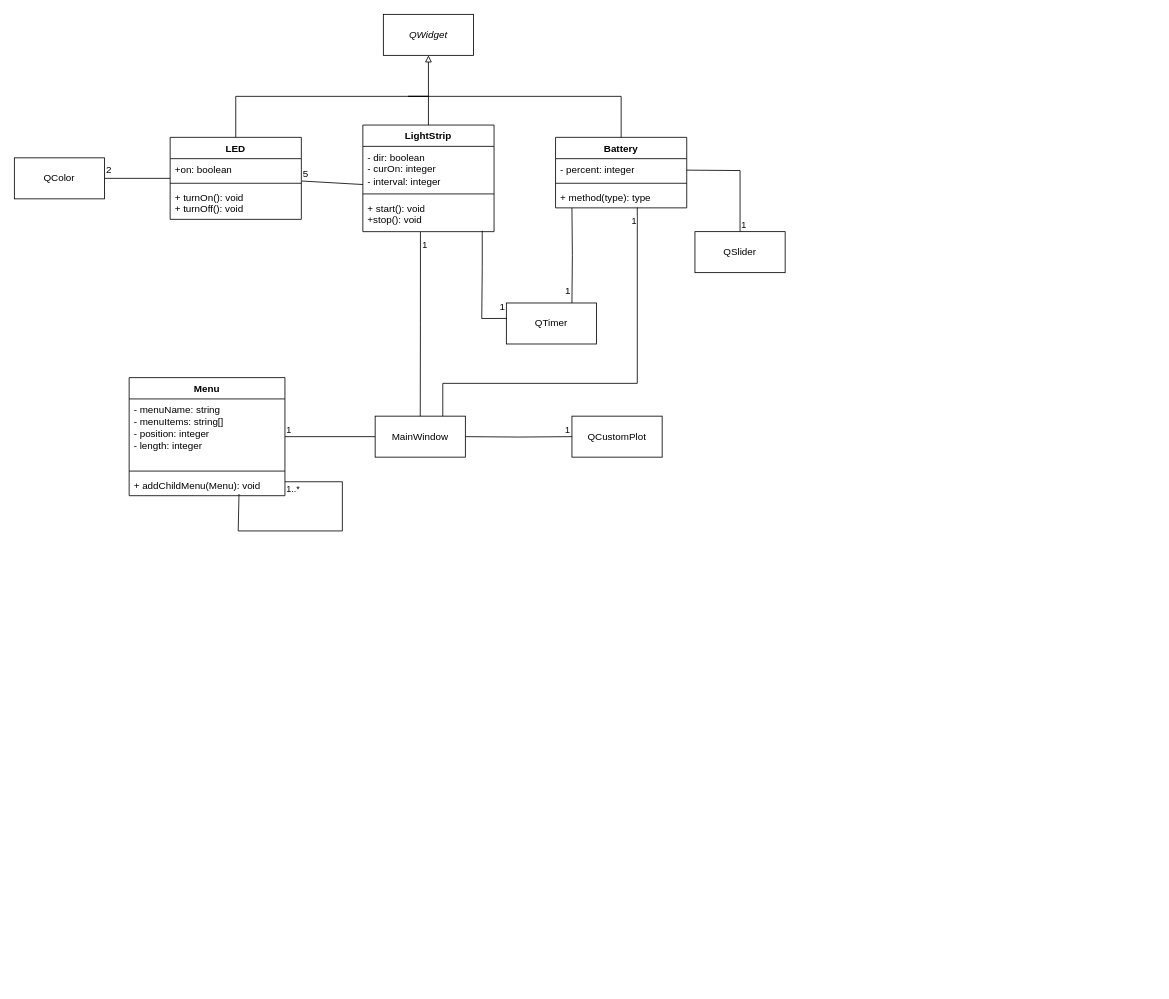
Before: Diagrams/Class Diagram.drawio in Nguyen-HanhNong/3004TermProject, a draw.io diagram. Source tidied: cells renumbered, new cells numbered last; positions are measured from the earlier drawing's top-left corner, leaving out a move shared by most shapes. Both pictures are drawn from the tidied source at 82%, with x=0, y=0 at pixel (14, 14).
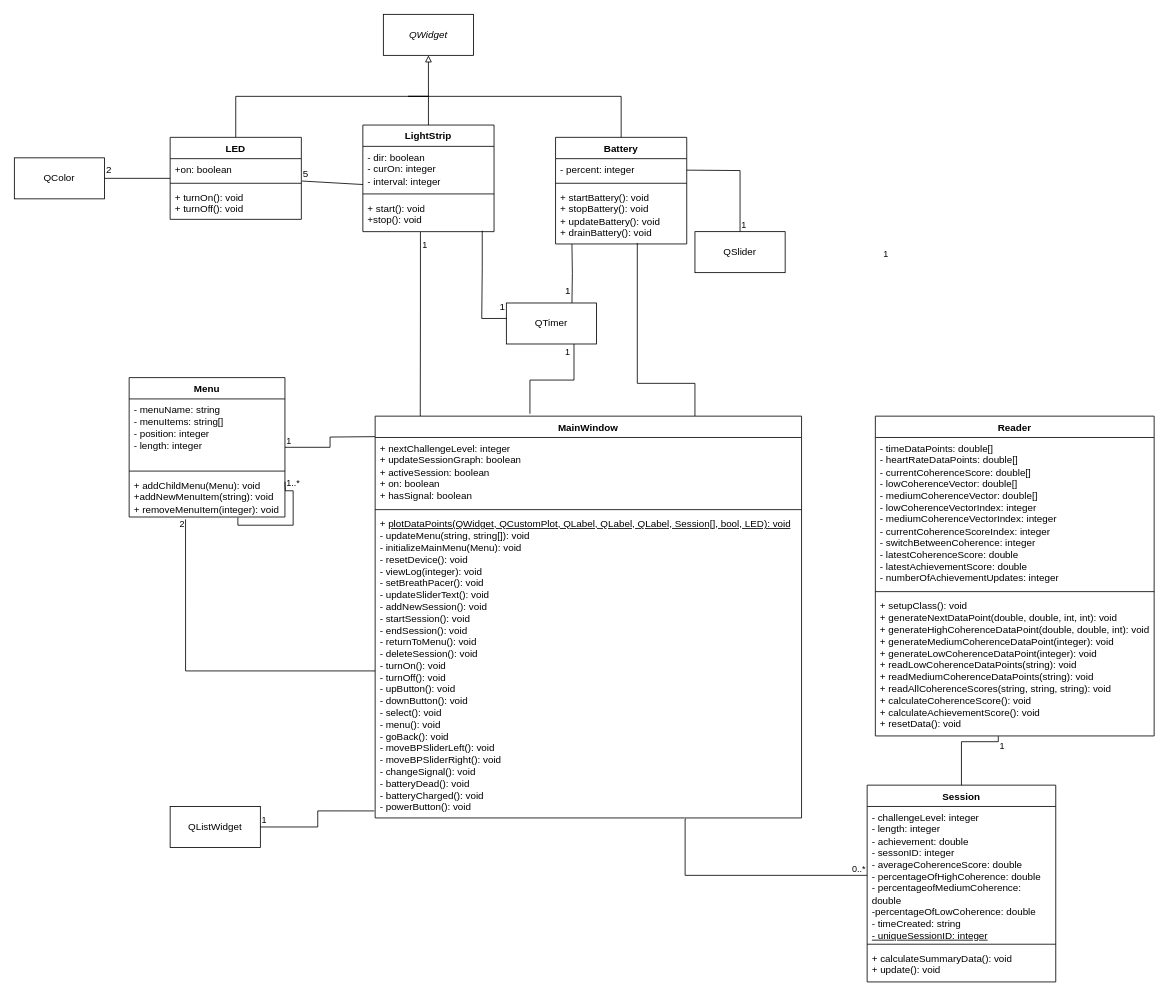
After the change.

Commit message (it also covers changes not shown here):
Class Diagram

Added MainWindow, Reader, Session to class diagram

Unchanged cells that the change refers to:
```xml
<mxCell id="7" value="+ start(): void&lt;br&gt;+stop(): void" style="text;strokeColor=none;fillColor=none;align=left;verticalAlign=top;spacingLeft=4;spacingRight=4;overflow=hidden;points=[[0,0.5],[1,0.5]];portConstraint=eastwest;whiteSpace=wrap;html=1;" parent="4" vertex="1">
  <mxGeometry y="88" width="160" height="42" as="geometry" />
</mxCell>
<mxCell id="32" value="QTimer" style="html=1;whiteSpace=wrap;" parent="31" vertex="1">
  <mxGeometry y="30" width="110" height="50" as="geometry" />
</mxCell>
```

Diff of the diagram source:
```diff
@@
     <mxCell id="23" value="Battery" style="swimlane;fontStyle=1;align=center;verticalAlign=top;horizontal=1;startSize=26;whiteSpace=wrap;html=1;" parent="1" vertex="1">
-      <mxGeometry x="660" y="150" width="160" height="86" as="geometry" />
+      <mxGeometry x="660" y="150" width="160" height="130" as="geometry" />
     </mxCell>
@@
-    <mxCell id="26" value="+ method(type): type" style="text;strokeColor=none;fillColor=none;align=left;verticalAlign=top;spacingLeft=4;spacingRight=4;overflow=hidden;points=[[0,0.5],[1,0.5]];portConstraint=eastwest;whiteSpace=wrap;html=1;" parent="23" vertex="1">
-      <mxGeometry y="60" width="160" height="26" as="geometry" />
+    <mxCell id="26" value="+ startBattery(): void&lt;br&gt;+ stopBattery(): void&lt;br&gt;+ updateBattery(): void&lt;br&gt;+ drainBattery(): void" style="text;strokeColor=none;fillColor=none;align=left;verticalAlign=top;spacingLeft=4;spacingRight=4;overflow=hidden;points=[[0,0.5],[1,0.5]];portConstraint=eastwest;whiteSpace=wrap;html=1;" parent="23" vertex="1">
+      <mxGeometry y="60" width="160" height="70" as="geometry" />
     </mxCell>
@@
-    <mxCell id="36" value="MainWindow" style="html=1;whiteSpace=wrap;" parent="1" vertex="1">
-      <mxGeometry x="440" y="490" width="110" height="50" as="geometry" />
-    </mxCell>
-    <mxCell id="37" style="endArrow=none;endFill=0;html=1;edgeStyle=orthogonalEdgeStyle;align=left;verticalAlign=top;rounded=0;exitX=0.439;exitY=1.012;exitDx=0;exitDy=0;exitPerimeter=0;" parent="1" edge="1" source="7" target="36">
-      <mxGeometry relative="1" as="geometry" />
+    <mxCell id="37" style="endArrow=none;endFill=0;html=1;edgeStyle=orthogonalEdgeStyle;align=left;verticalAlign=top;rounded=0;exitX=0.439;exitY=1.012;exitDx=0;exitDy=0;exitPerimeter=0;" parent="1" edge="1" source="7">
+      <mxGeometry relative="1" as="geometry">
+        <mxPoint x="495" y="490" as="targetPoint" />
+      </mxGeometry>
     </mxCell>
@@
     <mxCell id="39" style="endArrow=none;endFill=0;html=1;edgeStyle=orthogonalEdgeStyle;align=left;verticalAlign=top;rounded=0;exitX=0.75;exitY=0;exitDx=0;exitDy=0;entryX=0.623;entryY=0.985;entryDx=0;entryDy=0;entryPerimeter=0;" parent="1" edge="1" source="36" target="26">
       <mxGeometry relative="1" as="geometry">
         <Array as="points">
-          <mxPoint x="522" y="450" />
+          <mxPoint x="830" y="450" />
           <mxPoint x="760" y="450" />
         </Array>
       </mxGeometry>
     </mxCell>
     <mxCell id="40" value="1" style="edgeLabel;html=1;align=left;verticalAlign=bottom;" parent="39" vertex="1">
       <mxGeometry x="-1" relative="1" as="geometry">
-        <mxPoint x="228" y="-230" as="offset" />
+        <mxPoint x="228" y="-190" as="offset" />
       </mxGeometry>
     </mxCell>
@@
-    <mxCell id="44" value="QCustomPlot" style="html=1;whiteSpace=wrap;" parent="1" vertex="1">
-      <mxGeometry x="680" y="490" width="110" height="50" as="geometry" />
-    </mxCell>
-    <mxCell id="45" style="endArrow=none;endFill=0;html=1;edgeStyle=orthogonalEdgeStyle;align=left;verticalAlign=top;rounded=0;entryX=0;entryY=0.5;entryDx=0;entryDy=0;" parent="1" edge="1" target="44">
-      <mxGeometry x="-1" relative="1" as="geometry">
-        <mxPoint x="550" y="515" as="sourcePoint" />
-      </mxGeometry>
-    </mxCell>
-    <mxCell id="46" value="1" style="edgeLabel;html=1;align=left;verticalAlign=bottom;" parent="45" vertex="1">
-      <mxGeometry x="-1" relative="1" as="geometry">
-        <mxPoint x="120" as="offset" />
-      </mxGeometry>
-    </mxCell>
     <mxCell id="47" value="Menu" style="swimlane;fontStyle=1;align=center;verticalAlign=top;horizontal=1;startSize=26;whiteSpace=wrap;html=1;" parent="1" vertex="1">
-      <mxGeometry x="140" y="443" width="190" height="144" as="geometry" />
+      <mxGeometry x="140" y="443" width="190" height="170" as="geometry" />
     </mxCell>
@@
-    <mxCell id="50" value="+ addChildMenu(Menu): void" style="text;strokeColor=none;fillColor=none;align=left;verticalAlign=top;spacingLeft=4;spacingRight=4;overflow=hidden;points=[[0,0.5],[1,0.5]];portConstraint=eastwest;whiteSpace=wrap;html=1;" parent="47" vertex="1">
-      <mxGeometry y="118" width="190" height="26" as="geometry" />
+    <mxCell id="50" value="+ addChildMenu(Menu): void&lt;br&gt;+addNewMenuItem(string): void&lt;br&gt;+ removeMenuItem(integer): void" style="text;strokeColor=none;fillColor=none;align=left;verticalAlign=top;spacingLeft=4;spacingRight=4;overflow=hidden;points=[[0,0.5],[1,0.5]];portConstraint=eastwest;whiteSpace=wrap;html=1;" parent="47" vertex="1">
+      <mxGeometry y="118" width="190" height="52" as="geometry" />
     </mxCell>
-    <mxCell id="51" style="endArrow=none;endFill=0;html=1;edgeStyle=orthogonalEdgeStyle;align=left;verticalAlign=top;rounded=0;exitX=1;exitY=0.5;exitDx=0;exitDy=0;entryX=0;entryY=0.5;entryDx=0;entryDy=0;" parent="1" edge="1" source="47" target="36">
-      <mxGeometry x="-1" relative="1" as="geometry" />
+    <mxCell id="51" style="endArrow=none;endFill=0;html=1;edgeStyle=orthogonalEdgeStyle;align=left;verticalAlign=top;rounded=0;exitX=1;exitY=0.5;exitDx=0;exitDy=0;entryX=0;entryY=0.5;entryDx=0;entryDy=0;" parent="1" edge="1" source="47">
+      <mxGeometry x="-1" relative="1" as="geometry">
+        <mxPoint x="440" y="515" as="targetPoint" />
+      </mxGeometry>
     </mxCell>
@@
-    <mxCell id="53" style="endArrow=none;endFill=0;html=1;edgeStyle=orthogonalEdgeStyle;align=left;verticalAlign=top;rounded=0;entryX=0.705;entryY=0.923;entryDx=0;entryDy=0;entryPerimeter=0;" parent="1" edge="1" target="50">
-      <mxGeometry x="-1" relative="1" as="geometry">
+    <mxCell id="53" style="endArrow=none;endFill=0;html=1;edgeStyle=orthogonalEdgeStyle;align=left;verticalAlign=top;rounded=0;entryX=0.698;entryY=1.012;entryDx=0;entryDy=0;entryPerimeter=0;" parent="1" edge="1" target="50">
+      <mxGeometry relative="1" as="geometry">
         <mxPoint x="330" y="570" as="sourcePoint" />
-        <Array as="points">
-          <mxPoint x="400" y="570" />
-          <mxPoint x="400" y="630" />
-          <mxPoint x="273" y="630" />
-          <mxPoint x="273" y="585" />
-        </Array>
       </mxGeometry>
     </mxCell>
     <mxCell id="54" value="1..*" style="edgeLabel;html=1;align=left;verticalAlign=bottom;" parent="53" vertex="1">
       <mxGeometry x="-1" relative="1" as="geometry">
-        <mxPoint y="17" as="offset" />
+        <mxPoint y="10" as="offset" />
       </mxGeometry>
     </mxCell>
+    <mxCell id="55" value="Session" style="swimlane;fontStyle=1;align=center;verticalAlign=top;horizontal=1;startSize=26;whiteSpace=wrap;html=1;" parent="1" vertex="1">
+      <mxGeometry x="1040" y="940" width="230" height="240" as="geometry" />
+    </mxCell>
+    <mxCell id="56" value="- challengeLevel: integer&lt;br&gt;- length: integer&lt;br&gt;- achievement: double&lt;br&gt;- sessonID: integer&lt;br&gt;- averageCoherenceScore: double&lt;br&gt;- percentageOfHighCoherence: double&lt;br&gt;- percentageofMediumCoherence: double&lt;br&gt;-percentageOfLowCoherence: double&lt;br&gt;- timeCreated: string&lt;br&gt;&lt;u&gt;-&amp;nbsp;uniqueSessionID: integer&lt;/u&gt;" style="text;strokeColor=none;fillColor=none;align=left;verticalAlign=top;spacingLeft=4;spacingRight=4;overflow=hidden;whiteSpace=wrap;html=1;" parent="55" vertex="1">
+      <mxGeometry y="26" width="230" height="164" as="geometry" />
+    </mxCell>
+    <mxCell id="57" style="line;strokeWidth=1;fillColor=none;align=left;verticalAlign=middle;spacingTop=-1;spacingLeft=3;spacingRight=3;labelPosition=right;strokeColor=inherit;" parent="55" vertex="1">
+      <mxGeometry y="190" width="230" height="8" as="geometry" />
+    </mxCell>
+    <mxCell id="58" value="+ calculateSummaryData(): void&lt;br&gt;+ update(): void" style="text;strokeColor=none;fillColor=none;align=left;verticalAlign=top;spacingLeft=4;spacingRight=4;overflow=hidden;whiteSpace=wrap;html=1;" parent="55" vertex="1">
+      <mxGeometry y="198" width="230" height="42" as="geometry" />
+    </mxCell>
+    <mxCell id="59" value="Reader" style="swimlane;fontStyle=1;align=center;verticalAlign=top;horizontal=1;startSize=26;whiteSpace=wrap;html=1;" parent="1" vertex="1">
+      <mxGeometry x="1050" y="490" width="340" height="390" as="geometry" />
+    </mxCell>
+    <mxCell id="60" value="- timeDataPoints: double[]&lt;br&gt;- heartRateDataPoints: double[]&lt;br&gt;- currentCoherenceScore: double[]&lt;br&gt;- lowCoherenceVector: double[]&lt;br&gt;- mediumCoherenceVector: double[]&lt;br&gt;- lowCoherenceVectorIndex: integer&lt;br&gt;- mediumCoherenceVectorIndex: integer&lt;br&gt;- currentCoherenceScoreIndex: integer&lt;br&gt;- switchBetweenCoherence: integer&lt;br&gt;- latestCoherenceScore: double&lt;br&gt;- latestAchievementScore: double&lt;br&gt;- numberOfAchievementUpdates: integer&lt;br&gt;" style="text;strokeColor=none;fillColor=none;align=left;verticalAlign=top;spacingLeft=4;spacingRight=4;overflow=hidden;whiteSpace=wrap;html=1;" parent="59" vertex="1">
+      <mxGeometry y="26" width="340" height="184" as="geometry" />
+    </mxCell>
+    <mxCell id="61" style="line;strokeWidth=1;fillColor=none;align=left;verticalAlign=middle;spacingTop=-1;spacingLeft=3;spacingRight=3;labelPosition=right;strokeColor=inherit;" parent="59" vertex="1">
+      <mxGeometry y="210" width="340" height="8" as="geometry" />
+    </mxCell>
+    <mxCell id="62" value="+ setupClass(): void&lt;br&gt;+ generateNextDataPoint(double, double, int, int): void&lt;br&gt;+ generateHighCoherenceDataPoint(double, double, int): void&lt;br&gt;+ generateMediumCoherenceDataPoint(integer): void&lt;br&gt;+ generateLowCoherenceDataPoint(integer): void&lt;br&gt;+ readLowCoherenceDataPoints(string): void&lt;br&gt;+ readMediumCoherenceDataPoints(string): void&lt;br&gt;+ readAllCoherenceScores(string, string, string): void&lt;br&gt;+ calculateCoherenceScore(): void&lt;br&gt;+ calculateAchievementScore(): void&lt;br&gt;+ resetData(): void" style="text;strokeColor=none;fillColor=none;align=left;verticalAlign=top;spacingLeft=4;spacingRight=4;overflow=hidden;points=[[0,0.5],[1,0.5]];portConstraint=eastwest;whiteSpace=wrap;html=1;" parent="59" vertex="1">
+      <mxGeometry y="218" width="340" height="172" as="geometry" />
+    </mxCell>
+    <mxCell id="63" style="endArrow=none;endFill=0;html=1;edgeStyle=orthogonalEdgeStyle;align=left;verticalAlign=top;rounded=0;entryX=0.441;entryY=1.002;entryDx=0;entryDy=0;entryPerimeter=0;exitX=0.5;exitY=0;exitDx=0;exitDy=0;" parent="1" edge="1" source="55" target="62">
+      <mxGeometry x="-1" relative="1" as="geometry">
+        <Array as="points">
+          <mxPoint x="1155" y="887" />
+          <mxPoint x="1200" y="887" />
+          <mxPoint x="1200" y="880" />
+        </Array>
+      </mxGeometry>
+    </mxCell>
+    <mxCell id="64" value="1" style="edgeLabel;html=1;align=left;verticalAlign=bottom;" parent="63" vertex="1">
+      <mxGeometry x="-1" relative="1" as="geometry">
+        <mxPoint x="45" y="-40" as="offset" />
+      </mxGeometry>
+    </mxCell>
+    <mxCell id="36" value="MainWindow" style="swimlane;fontStyle=1;align=center;verticalAlign=top;horizontal=1;startSize=26;whiteSpace=wrap;html=1;" parent="1" vertex="1">
+      <mxGeometry x="440" y="490" width="520" height="490" as="geometry" />
+    </mxCell>
+    <mxCell id="65" value="+ nextChallengeLevel: integer&lt;br&gt;+ updateSessionGraph: boolean&lt;br&gt;+ activeSession: boolean&lt;br&gt;+ on: boolean&lt;br&gt;+ hasSignal: boolean" style="text;strokeColor=none;fillColor=none;align=left;verticalAlign=top;spacingLeft=4;spacingRight=4;overflow=hidden;whiteSpace=wrap;html=1;" parent="36" vertex="1">
+      <mxGeometry y="26" width="520" height="84" as="geometry" />
+    </mxCell>
+    <mxCell id="66" style="line;strokeWidth=1;fillColor=none;align=left;verticalAlign=middle;spacingTop=-1;spacingLeft=3;spacingRight=3;labelPosition=right;strokeColor=inherit;" parent="36" vertex="1">
+      <mxGeometry y="110" width="520" height="8" as="geometry" />
+    </mxCell>
+    <mxCell id="67" value="+ &lt;u&gt;plotDataPoints(QWidget, QCustomPlot, QLabel, QLabel, QLabel, Session[], bool, LED): void&lt;/u&gt;&lt;br&gt;- updateMenu(string, string[]): void&lt;br&gt;- initializeMainMenu(Menu): void&lt;br&gt;- resetDevice(): void&lt;br&gt;- viewLog(integer): void&lt;br&gt;- setBreathPacer(): void&lt;br&gt;- updateSliderText(): void&lt;br&gt;- addNewSession(): void&lt;br&gt;- startSession(): void&lt;br&gt;- endSession(): void&lt;br&gt;- returnToMenu(): void&lt;br&gt;- deleteSession(): void&lt;br&gt;- turnOn(): void&lt;br&gt;- turnOff(): void&lt;br&gt;- upButton(): void&lt;br&gt;- downButton(): void&lt;br&gt;- select(): void&lt;br&gt;- menu(): void&lt;br&gt;- goBack(): void&lt;br&gt;- moveBPSliderLeft(): void&lt;br&gt;- moveBPSliderRight(): void&lt;br&gt;- changeSignal(): void&lt;br&gt;- batteryDead(): void&lt;br&gt;- batteryCharged(): void&lt;br&gt;- powerButton(): void&lt;br&gt;" style="text;strokeColor=none;fillColor=none;align=left;verticalAlign=top;spacingLeft=4;spacingRight=4;overflow=hidden;points=[[0,0.5],[1,0.5]];portConstraint=eastwest;whiteSpace=wrap;html=1;" parent="36" vertex="1">
+      <mxGeometry y="118" width="520" height="372" as="geometry" />
+    </mxCell>
+    <mxCell id="68" style="endArrow=none;endFill=0;html=1;edgeStyle=orthogonalEdgeStyle;align=left;verticalAlign=top;rounded=0;exitX=0.363;exitY=-0.006;exitDx=0;exitDy=0;exitPerimeter=0;entryX=0.75;entryY=1;entryDx=0;entryDy=0;" parent="1" edge="1" source="36" target="32">
+      <mxGeometry x="-1" relative="1" as="geometry" />
+    </mxCell>
+    <mxCell id="69" value="1" style="edgeLabel;html=1;align=left;verticalAlign=bottom;" parent="68" vertex="1">
+      <mxGeometry x="-1" relative="1" as="geometry">
+        <mxPoint x="41" y="-67" as="offset" />
+      </mxGeometry>
+    </mxCell>
+    <mxCell id="70" style="endArrow=none;endFill=0;html=1;edgeStyle=orthogonalEdgeStyle;align=left;verticalAlign=top;rounded=0;exitX=0.729;exitY=1.004;exitDx=0;exitDy=0;exitPerimeter=0;" parent="1" edge="1" source="67">
+      <mxGeometry x="-1" relative="1" as="geometry">
+        <mxPoint x="1040" y="1050" as="targetPoint" />
+        <Array as="points">
+          <mxPoint x="818" y="982" />
+          <mxPoint x="818" y="1050" />
+        </Array>
+      </mxGeometry>
+    </mxCell>
+    <mxCell id="71" value="0..*" style="edgeLabel;html=1;align=left;verticalAlign=bottom;" parent="70" vertex="1">
+      <mxGeometry x="-1" relative="1" as="geometry">
+        <mxPoint x="201" y="69" as="offset" />
+      </mxGeometry>
+    </mxCell>
+    <mxCell id="72" style="endArrow=none;endFill=0;html=1;edgeStyle=orthogonalEdgeStyle;align=left;verticalAlign=top;rounded=0;entryX=0;entryY=0.518;entryDx=0;entryDy=0;entryPerimeter=0;exitX=0.362;exitY=1.056;exitDx=0;exitDy=0;exitPerimeter=0;" parent="1" edge="1" source="50" target="67">
+      <mxGeometry x="-1" relative="1" as="geometry">
+        <Array as="points">
+          <mxPoint x="209" y="801" />
+        </Array>
+      </mxGeometry>
+    </mxCell>
+    <mxCell id="73" value="2" style="edgeLabel;html=1;align=left;verticalAlign=bottom;" parent="72" vertex="1">
+      <mxGeometry x="-1" relative="1" as="geometry">
+        <mxPoint x="-9" y="14" as="offset" />
+      </mxGeometry>
+    </mxCell>
+    <mxCell id="74" value="QListWidget" style="html=1;whiteSpace=wrap;" parent="1" vertex="1">
+      <mxGeometry x="190" y="966" width="110" height="50" as="geometry" />
+    </mxCell>
+    <mxCell id="75" style="endArrow=none;endFill=0;html=1;edgeStyle=orthogonalEdgeStyle;align=left;verticalAlign=top;rounded=0;exitX=1;exitY=0.5;exitDx=0;exitDy=0;entryX=-0.002;entryY=0.977;entryDx=0;entryDy=0;entryPerimeter=0;" parent="1" edge="1" source="74" target="67">
+      <mxGeometry x="-1" relative="1" as="geometry" />
+    </mxCell>
+    <mxCell id="76" value="1" style="edgeLabel;html=1;align=left;verticalAlign=bottom;" parent="75" vertex="1">
+      <mxGeometry x="-1" relative="1" as="geometry" />
+    </mxCell>
```
